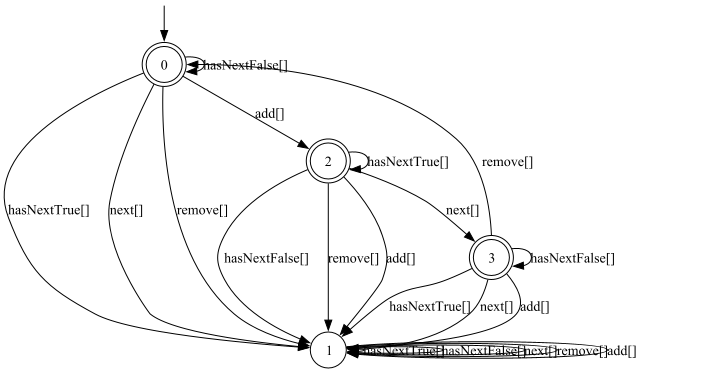
rasofema/fyp-specification-miner keeps this Graphviz diagram as out.png. Above is the earlier version. Its source is kept beside it as out.dot.
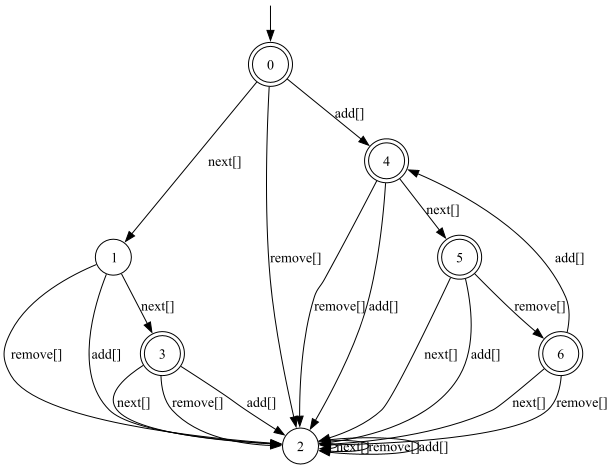
After the commit.

Diff of the diagram source:
```diff
@@ -2,28 +2,32 @@
 
 	s0 [shape="doublecircle" label="0"];
 	s1 [shape="circle" label="1"];
-	s2 [shape="doublecircle" label="2"];
+	s2 [shape="circle" label="2"];
 	s3 [shape="doublecircle" label="3"];
-	s0 -> s1 [label="hasNextTrue[]"];
-	s0 -> s0 [label="hasNextFalse[]"];
+	s4 [shape="doublecircle" label="4"];
+	s5 [shape="doublecircle" label="5"];
+	s6 [shape="doublecircle" label="6"];
 	s0 -> s1 [label="next[]"];
-	s0 -> s1 [label="remove[]"];
-	s0 -> s2 [label="add[]"];
-	s1 -> s1 [label="hasNextTrue[]"];
-	s1 -> s1 [label="hasNextFalse[]"];
-	s1 -> s1 [label="next[]"];
-	s1 -> s1 [label="remove[]"];
-	s1 -> s1 [label="add[]"];
-	s2 -> s2 [label="hasNextTrue[]"];
-	s2 -> s1 [label="hasNextFalse[]"];
-	s2 -> s3 [label="next[]"];
-	s2 -> s1 [label="remove[]"];
-	s2 -> s1 [label="add[]"];
-	s3 -> s1 [label="hasNextTrue[]"];
-	s3 -> s3 [label="hasNextFalse[]"];
-	s3 -> s1 [label="next[]"];
-	s3 -> s0 [label="remove[]"];
-	s3 -> s1 [label="add[]"];
+	s0 -> s2 [label="remove[]"];
+	s0 -> s4 [label="add[]"];
+	s1 -> s3 [label="next[]"];
+	s1 -> s2 [label="remove[]"];
+	s1 -> s2 [label="add[]"];
+	s2 -> s2 [label="next[]"];
+	s2 -> s2 [label="remove[]"];
+	s2 -> s2 [label="add[]"];
+	s3 -> s2 [label="next[]"];
+	s3 -> s2 [label="remove[]"];
+	s3 -> s2 [label="add[]"];
+	s4 -> s5 [label="next[]"];
+	s4 -> s2 [label="remove[]"];
+	s4 -> s2 [label="add[]"];
+	s5 -> s2 [label="next[]"];
+	s5 -> s6 [label="remove[]"];
+	s5 -> s2 [label="add[]"];
+	s6 -> s2 [label="next[]"];
+	s6 -> s2 [label="remove[]"];
+	s6 -> s4 [label="add[]"];
 
 __start0 [label="" shape="none" width="0" height="0"];
 __start0 -> s0;
```
